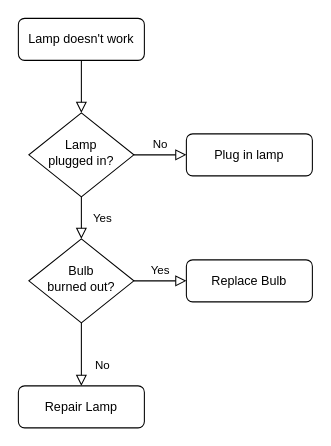
Above: runtime/未命名绘图.drawio in tiger1103/tp5-admin (draw.io), before the change. Source tidied: cells renumbered, new cells numbered last; positions are measured from the earlier drawing's top-left corner, leaving out a move shared by most shapes. Both pictures are drawn from the tidied source at 105%, with x=0, y=0 at pixel (18, 18).
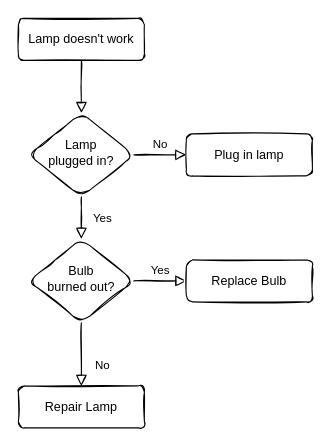
The same diagram, later.

Change to the diagram source:
```diff
@@
 <mxGraphModel>
   <root>
     <mxCell id="0" />
     <mxCell id="1" parent="0" />
-    <mxCell id="2" style="rounded=0;html=1;jettySize=auto;fontSize=11;endArrow=block;endFill=0;endSize=8;strokeWidth=1;shadow=0;labelBackgroundColor=none;edgeStyle=orthogonalEdgeStyle;" parent="1" edge="1" source="3" target="6">
+    <mxCell id="2" style="rounded=1;html=1;jettySize=auto;fontSize=11;endArrow=block;endFill=0;endSize=8;strokeWidth=1;shadow=0;labelBackgroundColor=none;edgeStyle=orthogonalEdgeStyle;sketch=1;" parent="1" edge="1" source="3" target="6">
       <mxGeometry relative="1" as="geometry" />
     </mxCell>
-    <mxCell id="3" value="Lamp doesn't work" style="rounded=1;whiteSpace=wrap;html=1;fontSize=12;glass=0;strokeWidth=1;shadow=0;" parent="1" vertex="1">
+    <mxCell id="3" value="Lamp doesn't work" style="rounded=1;whiteSpace=wrap;html=1;fontSize=12;glass=0;strokeWidth=1;shadow=0;sketch=1;" parent="1" vertex="1">
       <mxGeometry width="120" height="40" as="geometry" />
     </mxCell>
-    <mxCell id="4" value="Yes" style="rounded=0;html=1;jettySize=auto;fontSize=11;endArrow=block;endFill=0;endSize=8;strokeWidth=1;shadow=0;labelBackgroundColor=none;edgeStyle=orthogonalEdgeStyle;" parent="1" edge="1" source="6" target="10">
+    <mxCell id="4" value="Yes" style="rounded=1;html=1;jettySize=auto;fontSize=11;endArrow=block;endFill=0;endSize=8;strokeWidth=1;shadow=0;labelBackgroundColor=none;edgeStyle=orthogonalEdgeStyle;sketch=1;" parent="1" edge="1" source="6" target="10">
       <mxGeometry y="20" relative="1" as="geometry" />
     </mxCell>
-    <mxCell id="5" value="No" style="edgeStyle=orthogonalEdgeStyle;rounded=0;html=1;jettySize=auto;fontSize=11;endArrow=block;endFill=0;endSize=8;strokeWidth=1;shadow=0;labelBackgroundColor=none;" parent="1" edge="1" source="6" target="7">
+    <mxCell id="5" value="No" style="edgeStyle=orthogonalEdgeStyle;rounded=1;html=1;jettySize=auto;fontSize=11;endArrow=block;endFill=0;endSize=8;strokeWidth=1;shadow=0;labelBackgroundColor=none;sketch=1;" parent="1" edge="1" source="6" target="7">
       <mxGeometry y="10" relative="1" as="geometry" />
     </mxCell>
-    <mxCell id="6" value="Lamp&lt;br&gt;plugged in?" style="rhombus;whiteSpace=wrap;html=1;shadow=0;fontFamily=Helvetica;fontSize=12;align=center;strokeWidth=1;spacing=6;spacingTop=-4;" parent="1" vertex="1">
+    <mxCell id="6" value="Lamp&lt;br&gt;plugged in?" style="rhombus;whiteSpace=wrap;html=1;shadow=0;fontFamily=Helvetica;fontSize=12;align=center;strokeWidth=1;spacing=6;spacingTop=-4;sketch=1;rounded=1;" parent="1" vertex="1">
       <mxGeometry x="10" y="90" width="100" height="80" as="geometry" />
     </mxCell>
-    <mxCell id="7" value="Plug in lamp" style="rounded=1;whiteSpace=wrap;html=1;fontSize=12;glass=0;strokeWidth=1;shadow=0;" parent="1" vertex="1">
+    <mxCell id="7" value="Plug in lamp" style="rounded=1;whiteSpace=wrap;html=1;fontSize=12;glass=0;strokeWidth=1;shadow=0;sketch=1;" parent="1" vertex="1">
       <mxGeometry x="160" y="110" width="120" height="40" as="geometry" />
     </mxCell>
-    <mxCell id="8" value="No" style="rounded=0;html=1;jettySize=auto;fontSize=11;endArrow=block;endFill=0;endSize=8;strokeWidth=1;shadow=0;labelBackgroundColor=none;edgeStyle=orthogonalEdgeStyle;" parent="1" edge="1" source="10" target="11">
+    <mxCell id="8" value="No" style="rounded=1;html=1;jettySize=auto;fontSize=11;endArrow=block;endFill=0;endSize=8;strokeWidth=1;shadow=0;labelBackgroundColor=none;edgeStyle=orthogonalEdgeStyle;sketch=1;" parent="1" edge="1" source="10" target="11">
       <mxGeometry x="0.33" y="20" relative="1" as="geometry" />
     </mxCell>
-    <mxCell id="9" value="Yes" style="edgeStyle=orthogonalEdgeStyle;rounded=0;html=1;jettySize=auto;fontSize=11;endArrow=block;endFill=0;endSize=8;strokeWidth=1;shadow=0;labelBackgroundColor=none;" parent="1" edge="1" source="10" target="12">
+    <mxCell id="9" value="Yes" style="edgeStyle=orthogonalEdgeStyle;rounded=1;html=1;jettySize=auto;fontSize=11;endArrow=block;endFill=0;endSize=8;strokeWidth=1;shadow=0;labelBackgroundColor=none;sketch=1;" parent="1" edge="1" source="10" target="12">
       <mxGeometry y="10" relative="1" as="geometry" />
     </mxCell>
-    <mxCell id="10" value="Bulb&lt;br&gt;burned out?" style="rhombus;whiteSpace=wrap;html=1;shadow=0;fontFamily=Helvetica;fontSize=12;align=center;strokeWidth=1;spacing=6;spacingTop=-4;" parent="1" vertex="1">
+    <mxCell id="10" value="Bulb&lt;br&gt;burned out?" style="rhombus;whiteSpace=wrap;html=1;shadow=0;fontFamily=Helvetica;fontSize=12;align=center;strokeWidth=1;spacing=6;spacingTop=-4;sketch=1;rounded=1;" parent="1" vertex="1">
       <mxGeometry x="10" y="210" width="100" height="80" as="geometry" />
     </mxCell>
-    <mxCell id="11" value="Repair Lamp" style="rounded=1;whiteSpace=wrap;html=1;fontSize=12;glass=0;strokeWidth=1;shadow=0;" parent="1" vertex="1">
+    <mxCell id="11" value="Repair Lamp" style="rounded=1;whiteSpace=wrap;html=1;fontSize=12;glass=0;strokeWidth=1;shadow=0;sketch=1;" parent="1" vertex="1">
       <mxGeometry y="350" width="120" height="40" as="geometry" />
     </mxCell>
-    <mxCell id="12" value="Replace Bulb" style="rounded=1;whiteSpace=wrap;html=1;fontSize=12;glass=0;strokeWidth=1;shadow=0;" parent="1" vertex="1">
+    <mxCell id="12" value="Replace Bulb" style="rounded=1;whiteSpace=wrap;html=1;fontSize=12;glass=0;strokeWidth=1;shadow=0;sketch=1;" parent="1" vertex="1">
       <mxGeometry x="160" y="230" width="120" height="40" as="geometry" />
     </mxCell>
   </root>
 </mxGraphModel>
```
